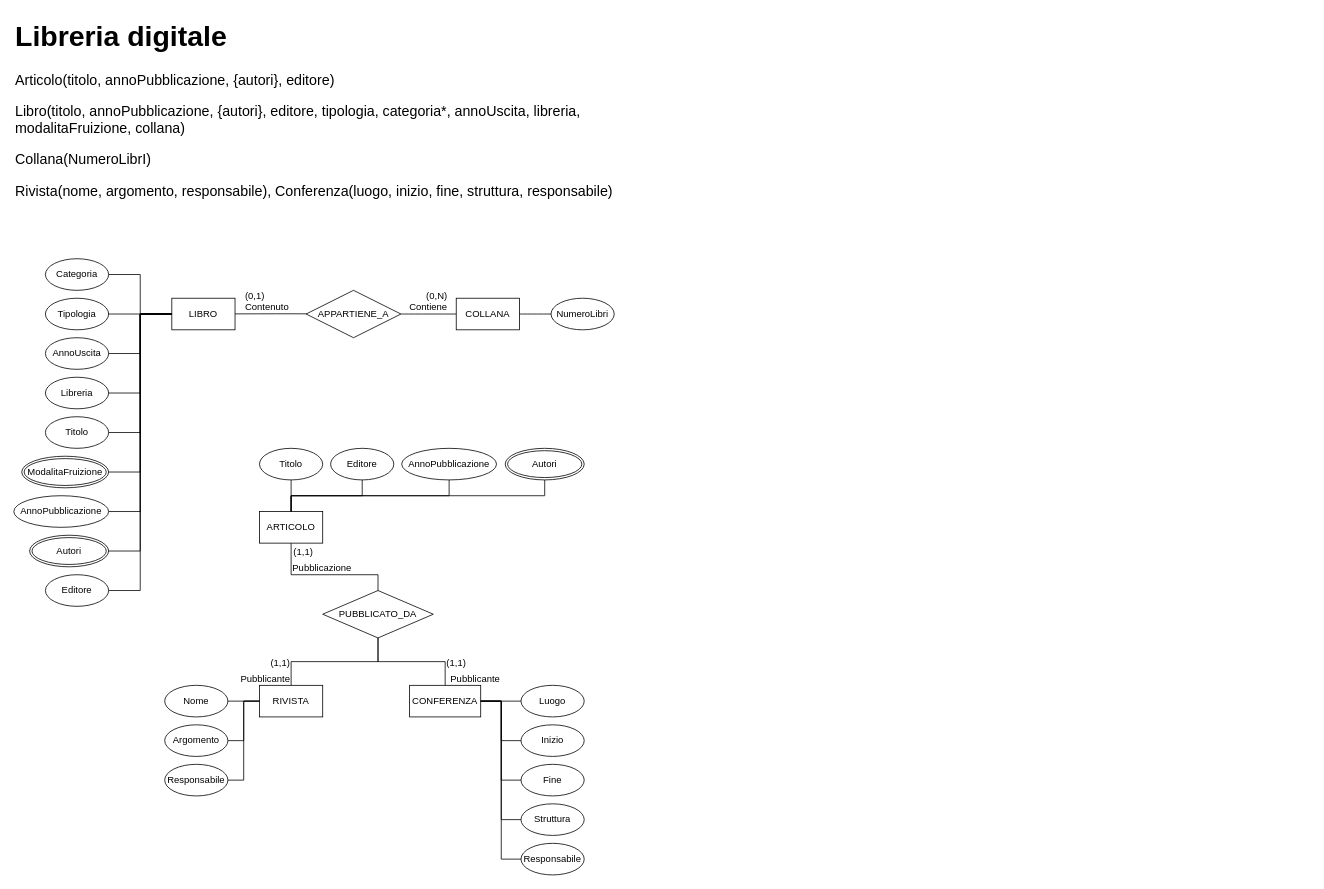
Above: page "Page-1" (1 of 2) of database/esercitazione1.drawio in Gabbinetto/draw.io-diagrams (draw.io), before the change. Source tidied: cells renumbered, new cells numbered last; positions are measured from the earlier drawing's top-left corner, leaving out a move shared by most shapes. Both pictures are drawn from the tidied source at 79%, with x=0, y=0 at pixel (13, 13).
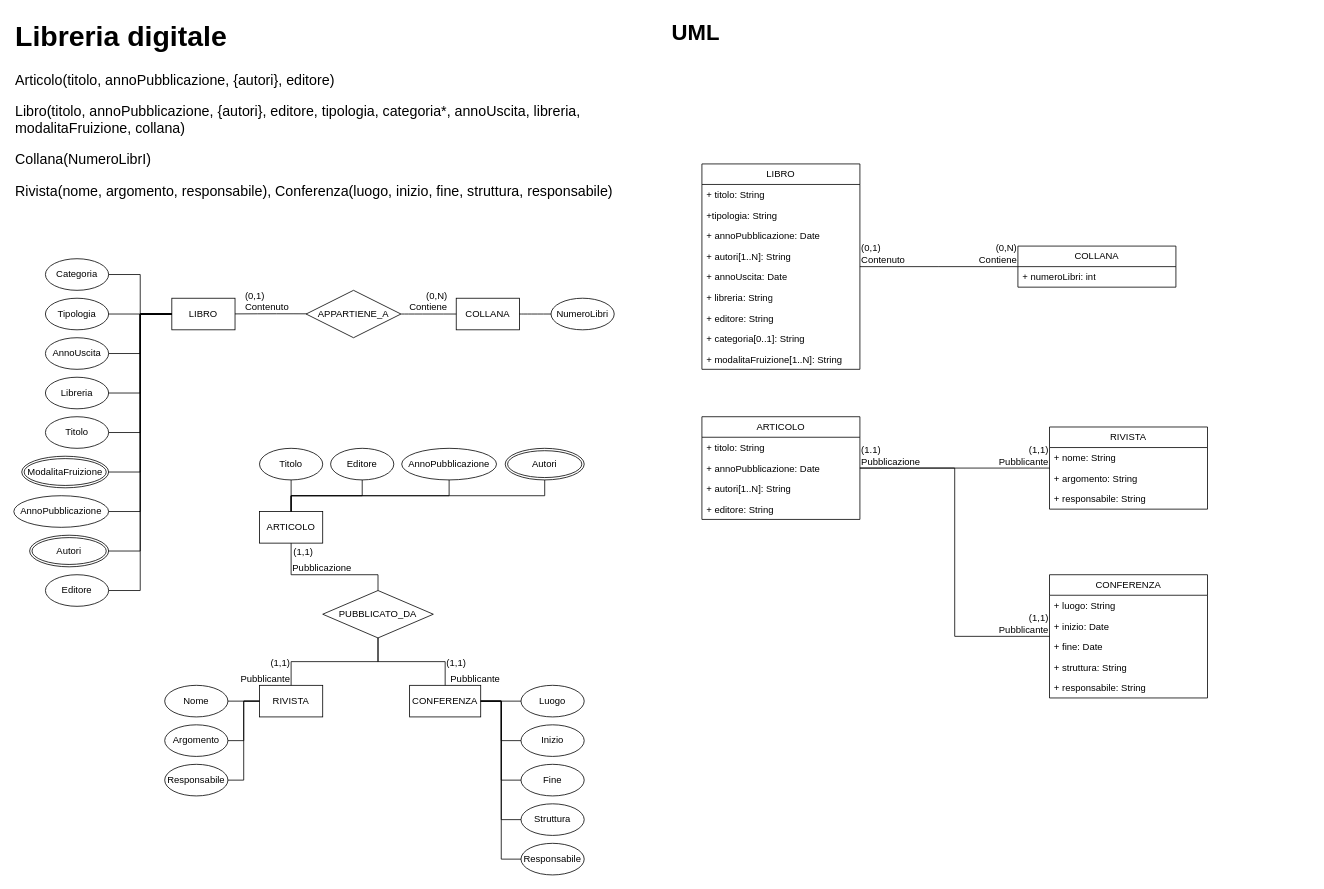
The same page after the edit.

Diff of the diagram source:
```diff
@@
+    <mxCell id="67" value="LIBRO" style="swimlane;fontStyle=0;horizontal=1;startSize=26;fillColor=none;whiteSpace=wrap;html=1;" parent="1" vertex="1">
+      <mxGeometry x="871" y="190" width="200" height="260" as="geometry" />
+    </mxCell>
+    <mxCell id="68" value="+ titolo: String" style="text;strokeColor=none;fillColor=none;align=left;verticalAlign=top;spacingLeft=4;spacingRight=4;overflow=hidden;whiteSpace=wrap;html=1;" parent="67" vertex="1">
+      <mxGeometry y="26" width="200" height="26" as="geometry" />
+    </mxCell>
+    <mxCell id="69" value="+tipologia: String" style="text;strokeColor=none;fillColor=none;align=left;verticalAlign=top;spacingLeft=4;spacingRight=4;overflow=hidden;whiteSpace=wrap;html=1;" parent="67" vertex="1">
+      <mxGeometry y="52" width="200" height="26" as="geometry" />
+    </mxCell>
+    <mxCell id="70" value="+ annoPubblicazione: Date" style="text;strokeColor=none;fillColor=none;align=left;verticalAlign=top;spacingLeft=4;spacingRight=4;overflow=hidden;whiteSpace=wrap;html=1;" parent="67" vertex="1">
+      <mxGeometry y="78" width="200" height="26" as="geometry" />
+    </mxCell>
+    <mxCell id="71" value="+ autori[1..N]: String" style="text;strokeColor=none;fillColor=none;align=left;verticalAlign=top;spacingLeft=4;spacingRight=4;overflow=hidden;whiteSpace=wrap;html=1;" parent="67" vertex="1">
+      <mxGeometry y="104" width="200" height="26" as="geometry" />
+    </mxCell>
+    <mxCell id="72" value="+ annoUscita: Date" style="text;strokeColor=none;fillColor=none;align=left;verticalAlign=top;spacingLeft=4;spacingRight=4;overflow=hidden;whiteSpace=wrap;html=1;" parent="67" vertex="1">
+      <mxGeometry y="130" width="200" height="26" as="geometry" />
+    </mxCell>
+    <mxCell id="73" value="+ libreria: String" style="text;strokeColor=none;fillColor=none;align=left;verticalAlign=top;spacingLeft=4;spacingRight=4;overflow=hidden;whiteSpace=wrap;html=1;" parent="67" vertex="1">
+      <mxGeometry y="156" width="200" height="26" as="geometry" />
+    </mxCell>
+    <mxCell id="74" value="+ editore: String" style="text;strokeColor=none;fillColor=none;align=left;verticalAlign=top;spacingLeft=4;spacingRight=4;overflow=hidden;whiteSpace=wrap;html=1;" parent="67" vertex="1">
+      <mxGeometry y="182" width="200" height="26" as="geometry" />
+    </mxCell>
+    <mxCell id="75" value="+ categoria[0..1]: String" style="text;strokeColor=none;fillColor=none;align=left;verticalAlign=top;spacingLeft=4;spacingRight=4;overflow=hidden;whiteSpace=wrap;html=1;" parent="67" vertex="1">
+      <mxGeometry y="208" width="200" height="26" as="geometry" />
+    </mxCell>
+    <mxCell id="76" value="+ modalitaFruizione[1..N]: String" style="text;strokeColor=none;fillColor=none;align=left;verticalAlign=top;spacingLeft=4;spacingRight=4;overflow=hidden;whiteSpace=wrap;html=1;" parent="67" vertex="1">
+      <mxGeometry y="234" width="200" height="26" as="geometry" />
+    </mxCell>
+    <mxCell id="77" value="&lt;h1 style=&quot;margin-top: 0px;&quot;&gt;UML&lt;/h1&gt;" style="text;html=1;whiteSpace=wrap;overflow=hidden;rounded=0;fontSize=14;" parent="1" vertex="1">
+      <mxGeometry x="831" width="810" height="50" as="geometry" />
+    </mxCell>
+    <mxCell id="78" value="COLLANA" style="swimlane;fontStyle=0;horizontal=1;startSize=26;fillColor=none;whiteSpace=wrap;html=1;" parent="1" vertex="1">
+      <mxGeometry x="1271" y="294" width="200" height="52" as="geometry" />
+    </mxCell>
+    <mxCell id="79" value="+ numeroLibri: int" style="text;strokeColor=none;fillColor=none;align=left;verticalAlign=top;spacingLeft=4;spacingRight=4;overflow=hidden;whiteSpace=wrap;html=1;" parent="78" vertex="1">
+      <mxGeometry y="26" width="200" height="26" as="geometry" />
+    </mxCell>
+    <mxCell id="80" style="endArrow=none;html=1;rounded=0;edgeStyle=elbowEdgeStyle;" parent="1" edge="1" source="67" target="78">
+      <mxGeometry relative="1" as="geometry" />
+    </mxCell>
+    <mxCell id="81" value="(0,1)&lt;br&gt;Contenuto" style="html=1;whiteSpace=wrap;align=left;verticalAlign=bottom;" parent="80" vertex="1">
+      <mxGeometry x="-1" relative="1" as="geometry" />
+    </mxCell>
+    <mxCell id="82" value="&lt;div&gt;(0,N)&lt;/div&gt;&lt;div&gt;Contiene&lt;/div&gt;" style="html=1;whiteSpace=wrap;align=right;verticalAlign=bottom;" parent="80" vertex="1">
+      <mxGeometry x="1" relative="1" as="geometry" />
+    </mxCell>
+    <mxCell id="83" value="&lt;div&gt;ARTICOLO&lt;/div&gt;" style="swimlane;fontStyle=0;horizontal=1;startSize=26;fillColor=none;whiteSpace=wrap;html=1;" parent="1" vertex="1">
+      <mxGeometry x="871" y="510" width="200" height="130" as="geometry" />
+    </mxCell>
+    <mxCell id="84" value="+ titolo: String" style="text;strokeColor=none;fillColor=none;align=left;verticalAlign=top;spacingLeft=4;spacingRight=4;overflow=hidden;whiteSpace=wrap;html=1;" parent="83" vertex="1">
+      <mxGeometry y="26" width="200" height="26" as="geometry" />
+    </mxCell>
+    <mxCell id="85" value="+ annoPubblicazione: Date" style="text;strokeColor=none;fillColor=none;align=left;verticalAlign=top;spacingLeft=4;spacingRight=4;overflow=hidden;whiteSpace=wrap;html=1;" parent="83" vertex="1">
+      <mxGeometry y="52" width="200" height="26" as="geometry" />
+    </mxCell>
+    <mxCell id="86" value="+ autori[1..N]: String" style="text;strokeColor=none;fillColor=none;align=left;verticalAlign=top;spacingLeft=4;spacingRight=4;overflow=hidden;whiteSpace=wrap;html=1;" parent="83" vertex="1">
+      <mxGeometry y="78" width="200" height="26" as="geometry" />
+    </mxCell>
+    <mxCell id="87" value="+ editore: String" style="text;strokeColor=none;fillColor=none;align=left;verticalAlign=top;spacingLeft=4;spacingRight=4;overflow=hidden;whiteSpace=wrap;html=1;" parent="83" vertex="1">
+      <mxGeometry y="104" width="200" height="26" as="geometry" />
+    </mxCell>
+    <mxCell id="88" value="RIVISTA" style="swimlane;fontStyle=0;horizontal=1;startSize=26;fillColor=none;whiteSpace=wrap;html=1;" parent="1" vertex="1">
+      <mxGeometry x="1311" y="523" width="200" height="104" as="geometry" />
+    </mxCell>
+    <mxCell id="89" value="+ nome: String" style="text;strokeColor=none;fillColor=none;align=left;verticalAlign=top;spacingLeft=4;spacingRight=4;overflow=hidden;whiteSpace=wrap;html=1;" parent="88" vertex="1">
+      <mxGeometry y="26" width="200" height="26" as="geometry" />
+    </mxCell>
+    <mxCell id="90" value="+ argomento: String" style="text;strokeColor=none;fillColor=none;align=left;verticalAlign=top;spacingLeft=4;spacingRight=4;overflow=hidden;whiteSpace=wrap;html=1;" parent="88" vertex="1">
+      <mxGeometry y="52" width="200" height="26" as="geometry" />
+    </mxCell>
+    <mxCell id="91" value="+ responsabile: String" style="text;strokeColor=none;fillColor=none;align=left;verticalAlign=top;spacingLeft=4;spacingRight=4;overflow=hidden;whiteSpace=wrap;html=1;" parent="88" vertex="1">
+      <mxGeometry y="78" width="200" height="26" as="geometry" />
+    </mxCell>
+    <mxCell id="92" value="CONFERENZA" style="swimlane;fontStyle=0;horizontal=1;startSize=26;fillColor=none;whiteSpace=wrap;html=1;" parent="1" vertex="1">
+      <mxGeometry x="1311" y="710" width="200" height="156" as="geometry" />
+    </mxCell>
+    <mxCell id="93" value="+ luogo: String" style="text;strokeColor=none;fillColor=none;align=left;verticalAlign=top;spacingLeft=4;spacingRight=4;overflow=hidden;whiteSpace=wrap;html=1;" parent="92" vertex="1">
+      <mxGeometry y="26" width="200" height="26" as="geometry" />
+    </mxCell>
+    <mxCell id="94" value="+ inizio: Date" style="text;strokeColor=none;fillColor=none;align=left;verticalAlign=top;spacingLeft=4;spacingRight=4;overflow=hidden;whiteSpace=wrap;html=1;" parent="92" vertex="1">
+      <mxGeometry y="52" width="200" height="26" as="geometry" />
+    </mxCell>
+    <mxCell id="95" value="+ fine: Date" style="text;strokeColor=none;fillColor=none;align=left;verticalAlign=top;spacingLeft=4;spacingRight=4;overflow=hidden;whiteSpace=wrap;html=1;" parent="92" vertex="1">
+      <mxGeometry y="78" width="200" height="26" as="geometry" />
+    </mxCell>
+    <mxCell id="96" value="+ struttura: String" style="text;strokeColor=none;fillColor=none;align=left;verticalAlign=top;spacingLeft=4;spacingRight=4;overflow=hidden;whiteSpace=wrap;html=1;" parent="92" vertex="1">
+      <mxGeometry y="104" width="200" height="26" as="geometry" />
+    </mxCell>
+    <mxCell id="97" value="+ responsabile: String" style="text;strokeColor=none;fillColor=none;align=left;verticalAlign=top;spacingLeft=4;spacingRight=4;overflow=hidden;whiteSpace=wrap;html=1;" parent="92" vertex="1">
+      <mxGeometry y="130" width="200" height="26" as="geometry" />
+    </mxCell>
+    <mxCell id="98" style="endArrow=none;html=1;rounded=0;edgeStyle=elbowEdgeStyle;" parent="1" edge="1" source="83" target="88">
+      <mxGeometry relative="1" as="geometry" />
+    </mxCell>
+    <mxCell id="99" value="&lt;div&gt;(1.1)&lt;/div&gt;&lt;div&gt;Pubblicazione&lt;/div&gt;" style="html=1;whiteSpace=wrap;align=left;verticalAlign=bottom;" parent="98" vertex="1">
+      <mxGeometry x="-1" relative="1" as="geometry" />
+    </mxCell>
+    <mxCell id="100" value="&lt;div&gt;(1,1)&lt;/div&gt;&lt;div&gt;Pubblicante&lt;/div&gt;" style="html=1;whiteSpace=wrap;align=right;verticalAlign=bottom;" parent="98" vertex="1">
+      <mxGeometry x="1" relative="1" as="geometry" />
+    </mxCell>
+    <mxCell id="101" style="endArrow=none;html=1;rounded=0;edgeStyle=elbowEdgeStyle;" parent="1" edge="1" source="83" target="92">
+      <mxGeometry relative="1" as="geometry" />
+    </mxCell>
+    <mxCell id="102" value="&lt;div&gt;(1,1)&lt;/div&gt;&lt;div&gt;Pubblicante&lt;/div&gt;" style="html=1;whiteSpace=wrap;align=right;verticalAlign=bottom;" parent="101" vertex="1">
+      <mxGeometry x="1" relative="1" as="geometry" />
+    </mxCell>
```
